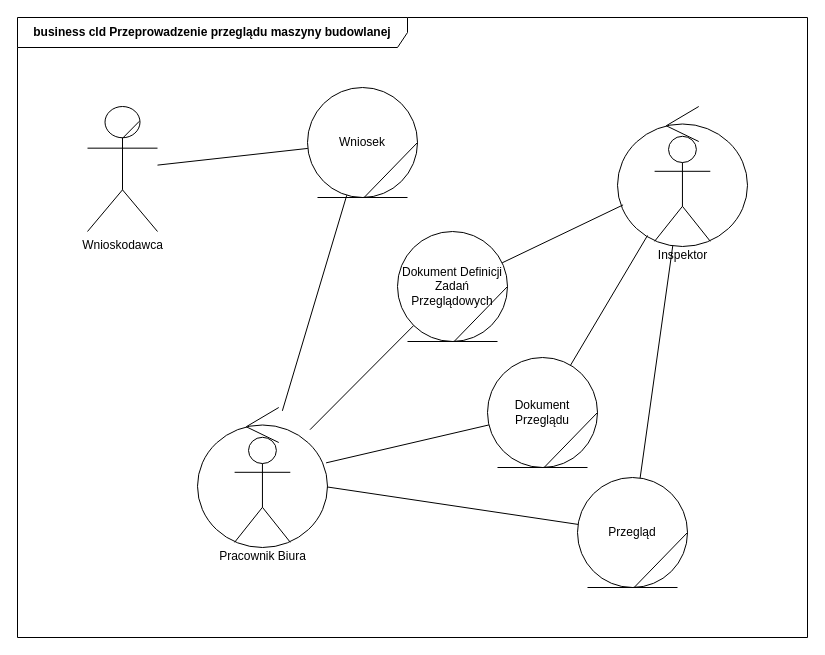
Paulos16/ConstructionMachineryManagement keeps this draw.io diagram as page "business cld" (3 of 5) of docs/CMM.drawio. Above is the earlier version. Source tidied: cells renumbered, new cells numbered last; positions are measured from the earlier drawing's top-left corner, leaving out a move shared by most shapes. Both pictures are drawn from the tidied source at 100%, with x=0, y=0 at pixel (17, 17).
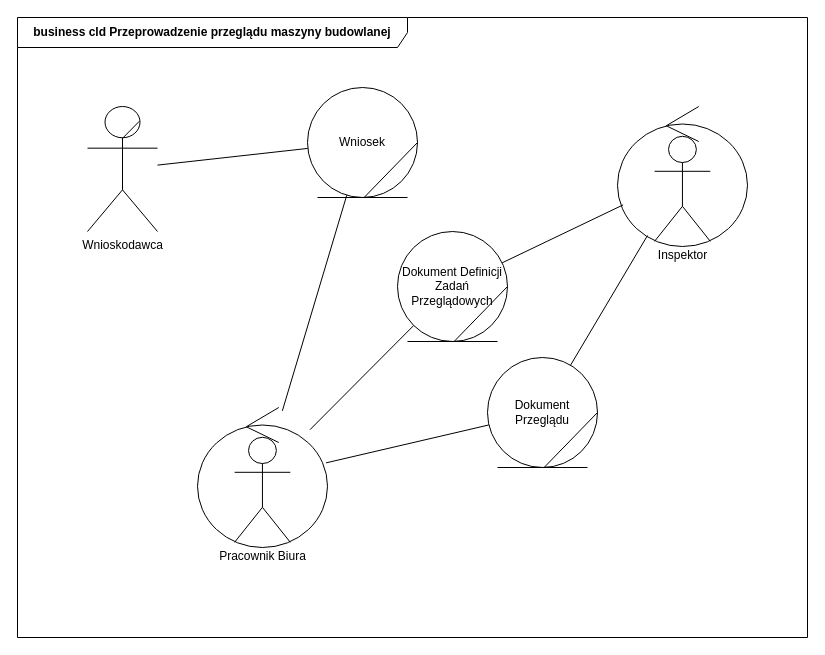
Above is the later version.

Unchanged cells that the change refers to:
```xml
<mxCell id="3" style="ellipse;shape=umlControl;whiteSpace=wrap;html=1;" parent="2" vertex="1">
  <mxGeometry width="130" height="140" as="geometry" />
</mxCell>
<mxCell id="6" style="ellipse;shape=umlControl;whiteSpace=wrap;html=1;" parent="5" vertex="1">
  <mxGeometry width="130" height="140" as="geometry" />
</mxCell>
```

What changed in the source:
```diff
@@
+    <mxCell id="39" value="&lt;b&gt;business cld Przeprowadzenie przeglądu maszyny budowlanej&lt;/b&gt;" style="shape=umlFrame;whiteSpace=wrap;html=1;width=390;height=30;" parent="1" vertex="1">
+      <mxGeometry width="790" height="620" as="geometry" />
+    </mxCell>
@@
-    <mxCell id="16" style="group;" parent="1" vertex="1">
-      <mxGeometry x="560" y="460" width="110" height="110" as="geometry" />
-    </mxCell>
-    <mxCell id="17" style="group;" parent="16" vertex="1">
-      <mxGeometry width="110" height="110" as="geometry" />
-    </mxCell>
-    <mxCell id="18" value="Przegląd" style="ellipse;whiteSpace=wrap;html=1;" parent="17" vertex="1">
-      <mxGeometry width="110" height="110" as="geometry" />
-    </mxCell>
-    <mxCell id="19" style="endArrow=none;html=1;" parent="17" edge="1">
-      <mxGeometry relative="1" as="geometry">
-        <mxPoint x="56.6" y="110" as="sourcePoint" />
-        <mxPoint x="110" y="55" as="targetPoint" />
-      </mxGeometry>
-    </mxCell>
-    <mxCell id="20" style="endArrow=none;html=1;shadow=0;" parent="16" edge="1">
-      <mxGeometry relative="1" as="geometry">
-        <mxPoint x="10" y="110" as="sourcePoint" />
-        <mxPoint x="100" y="110" as="targetPoint" />
-      </mxGeometry>
-    </mxCell>
@@
-    <mxCell id="37" style="endArrow=none;html=1;shadow=0;" parent="1" edge="1" source="18" target="6">
-      <mxGeometry relative="1" as="geometry" />
-    </mxCell>
-    <mxCell id="38" style="endArrow=none;html=1;shadow=0;" parent="1" edge="1" source="3" target="18">
-      <mxGeometry relative="1" as="geometry" />
-    </mxCell>
-    <mxCell id="39" value="&lt;b&gt;business cld Przeprowadzenie przeglądu maszyny budowlanej&lt;/b&gt;" style="shape=umlFrame;whiteSpace=wrap;html=1;width=390;height=30;" parent="1" vertex="1">
-      <mxGeometry width="790" height="620" as="geometry" />
-    </mxCell>
```
